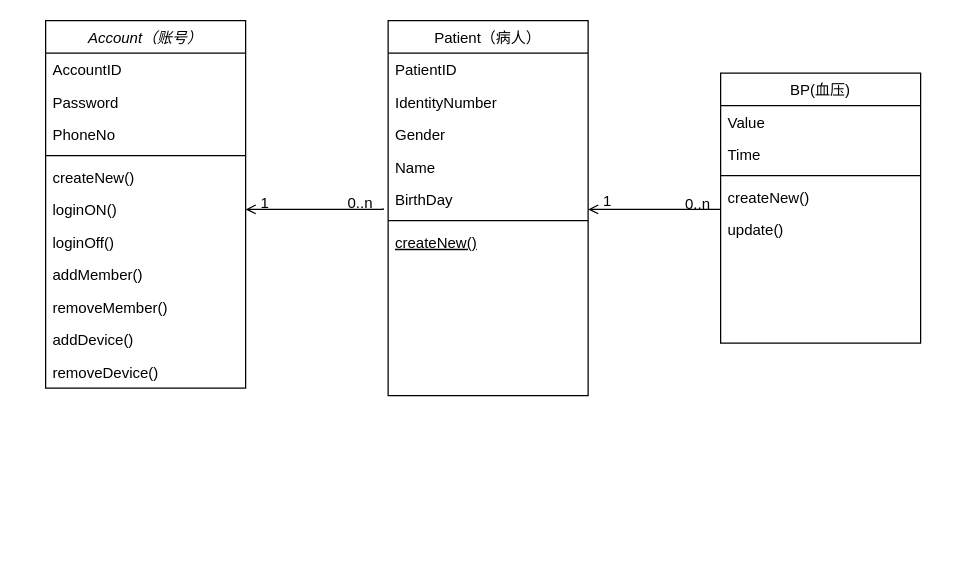
Earlier version of the draw.io diagram Untitled Diagram.drawio (aaronfeng80/basepoint). Source tidied: cells renumbered, new cells numbered last; positions are measured from the earlier drawing's top-left corner, leaving out a move shared by most shapes. Both pictures are drawn from the tidied source at 125%, with x=0, y=0 at pixel (45, 20).
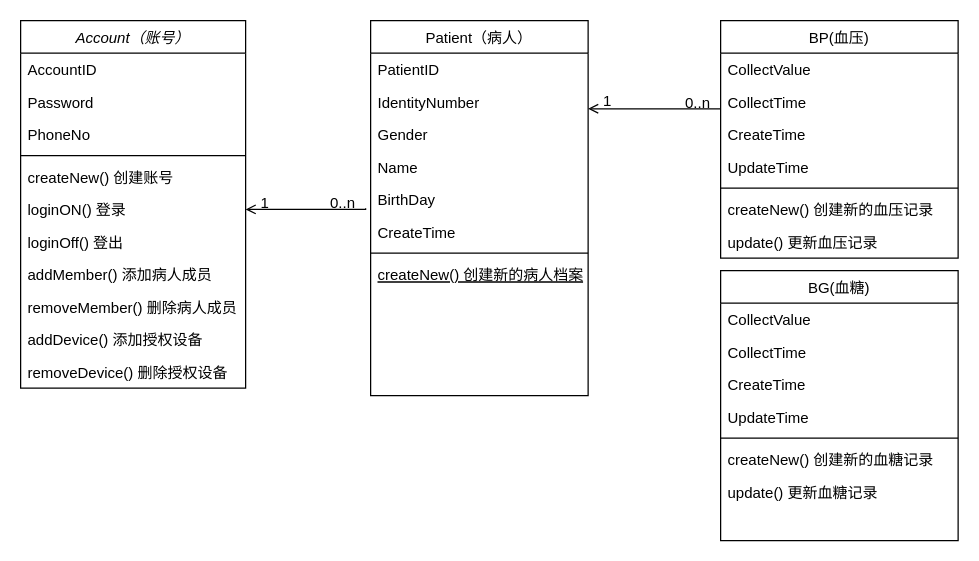
Above is the later version.

What changed in the source:
```diff
@@
     <mxCell id="2" value="Account（账号）" style="swimlane;fontStyle=2;align=center;verticalAlign=top;horizontal=1;startSize=26;rounded=0;shadow=0;strokeWidth=1;" parent="1" vertex="1">
-      <mxGeometry width="160" height="294" as="geometry" />
+      <mxGeometry x="-20" width="180" height="294" as="geometry" />
     </mxCell>
     <mxCell id="3" value="AccountID" style="text;align=left;verticalAlign=top;spacingLeft=4;spacingRight=4;overflow=hidden;" parent="2" vertex="1">
-      <mxGeometry y="26" width="160" height="26" as="geometry" />
+      <mxGeometry y="26" width="180" height="26" as="geometry" />
     </mxCell>
     <mxCell id="4" value="Password" style="text;align=left;verticalAlign=top;spacingLeft=4;spacingRight=4;overflow=hidden;rounded=0;shadow=0;html=0;" parent="2" vertex="1">
-      <mxGeometry y="52" width="160" height="26" as="geometry" />
+      <mxGeometry y="52" width="180" height="26" as="geometry" />
     </mxCell>
     <mxCell id="5" value="PhoneNo" style="text;align=left;verticalAlign=top;spacingLeft=4;spacingRight=4;overflow=hidden;rounded=0;shadow=0;html=0;" parent="2" vertex="1">
-      <mxGeometry y="78" width="160" height="26" as="geometry" />
+      <mxGeometry y="78" width="180" height="26" as="geometry" />
     </mxCell>
     <mxCell id="6" style="line;html=1;strokeWidth=1;align=left;verticalAlign=middle;spacingTop=-1;spacingLeft=3;spacingRight=3;labelPosition=right;" parent="2" vertex="1">
-      <mxGeometry y="104" width="160" height="8" as="geometry" />
+      <mxGeometry y="104" width="180" height="8" as="geometry" />
     </mxCell>
-    <mxCell id="7" value="createNew()" style="text;align=left;verticalAlign=top;spacingLeft=4;spacingRight=4;overflow=hidden;rounded=0;shadow=0;html=0;" parent="2" vertex="1">
-      <mxGeometry y="112" width="160" height="26" as="geometry" />
+    <mxCell id="7" value="createNew() 创建账号" style="text;align=left;verticalAlign=top;spacingLeft=4;spacingRight=4;overflow=hidden;rounded=0;shadow=0;html=0;" parent="2" vertex="1">
+      <mxGeometry y="112" width="180" height="26" as="geometry" />
     </mxCell>
-    <mxCell id="8" value="loginON()" style="text;align=left;verticalAlign=top;spacingLeft=4;spacingRight=4;overflow=hidden;points=[[0,0.5],[1,0.5]];portConstraint=eastwest;rounded=0;shadow=0;html=0;" parent="2" vertex="1">
-      <mxGeometry y="138" width="160" height="26" as="geometry" />
+    <mxCell id="8" value="loginON() 登录" style="text;align=left;verticalAlign=top;spacingLeft=4;spacingRight=4;overflow=hidden;points=[[0,0.5],[1,0.5]];portConstraint=eastwest;rounded=0;shadow=0;html=0;" parent="2" vertex="1">
+      <mxGeometry y="138" width="180" height="26" as="geometry" />
     </mxCell>
-    <mxCell id="9" value="loginOff()" style="text;align=left;verticalAlign=top;spacingLeft=4;spacingRight=4;overflow=hidden;rounded=0;shadow=0;html=0;" parent="2" vertex="1">
-      <mxGeometry y="164" width="160" height="26" as="geometry" />
+    <mxCell id="9" value="loginOff() 登出" style="text;align=left;verticalAlign=top;spacingLeft=4;spacingRight=4;overflow=hidden;rounded=0;shadow=0;html=0;" parent="2" vertex="1">
+      <mxGeometry y="164" width="180" height="26" as="geometry" />
     </mxCell>
-    <mxCell id="10" value="addMember()" style="text;align=left;verticalAlign=top;spacingLeft=4;spacingRight=4;overflow=hidden;" parent="2" vertex="1">
-      <mxGeometry y="190" width="160" height="26" as="geometry" />
+    <mxCell id="10" value="addMember() 添加病人成员" style="text;align=left;verticalAlign=top;spacingLeft=4;spacingRight=4;overflow=hidden;" parent="2" vertex="1">
+      <mxGeometry y="190" width="180" height="26" as="geometry" />
     </mxCell>
-    <mxCell id="11" value="removeMember()" style="text;align=left;verticalAlign=top;spacingLeft=4;spacingRight=4;overflow=hidden;" parent="2" vertex="1">
-      <mxGeometry y="216" width="160" height="26" as="geometry" />
+    <mxCell id="11" value="removeMember() 删除病人成员" style="text;align=left;verticalAlign=top;spacingLeft=4;spacingRight=4;overflow=hidden;" parent="2" vertex="1">
+      <mxGeometry y="216" width="180" height="26" as="geometry" />
     </mxCell>
-    <mxCell id="12" value="addDevice()" style="text;align=left;verticalAlign=top;spacingLeft=4;spacingRight=4;overflow=hidden;" parent="2" vertex="1">
-      <mxGeometry y="242" width="160" height="26" as="geometry" />
+    <mxCell id="12" value="addDevice() 添加授权设备" style="text;align=left;verticalAlign=top;spacingLeft=4;spacingRight=4;overflow=hidden;" parent="2" vertex="1">
+      <mxGeometry y="242" width="180" height="26" as="geometry" />
     </mxCell>
-    <mxCell id="13" value="removeDevice()" style="text;align=left;verticalAlign=top;spacingLeft=4;spacingRight=4;overflow=hidden;" parent="2" vertex="1">
-      <mxGeometry y="268" width="160" height="26" as="geometry" />
+    <mxCell id="13" value="removeDevice() 删除授权设备" style="text;align=left;verticalAlign=top;spacingLeft=4;spacingRight=4;overflow=hidden;" parent="2" vertex="1">
+      <mxGeometry y="268" width="180" height="26" as="geometry" />
     </mxCell>
     <mxCell id="14" value="Patient（病人）" style="swimlane;fontStyle=0;align=center;verticalAlign=top;horizontal=1;startSize=26;rounded=0;shadow=0;strokeWidth=1;" parent="1" vertex="1">
-      <mxGeometry x="274" width="160" height="300" as="geometry" />
+      <mxGeometry x="260" width="174" height="300" as="geometry" />
     </mxCell>
     <mxCell id="15" value="PatientID" style="text;align=left;verticalAlign=top;spacingLeft=4;spacingRight=4;overflow=hidden;" parent="14" vertex="1">
-      <mxGeometry y="26" width="160" height="26" as="geometry" />
+      <mxGeometry y="26" width="174" height="26" as="geometry" />
     </mxCell>
     <mxCell id="16" value="IdentityNumber" style="text;align=left;verticalAlign=top;spacingLeft=4;spacingRight=4;overflow=hidden;" parent="14" vertex="1">
-      <mxGeometry y="52" width="160" height="26" as="geometry" />
+      <mxGeometry y="52" width="174" height="26" as="geometry" />
     </mxCell>
     <mxCell id="17" value="Gender" style="text;align=left;verticalAlign=top;spacingLeft=4;spacingRight=4;overflow=hidden;rounded=0;shadow=0;html=0;" parent="14" vertex="1">
-      <mxGeometry y="78" width="160" height="26" as="geometry" />
+      <mxGeometry y="78" width="174" height="26" as="geometry" />
     </mxCell>
     <mxCell id="18" value="Name" style="text;align=left;verticalAlign=top;spacingLeft=4;spacingRight=4;overflow=hidden;rounded=0;shadow=0;html=0;" parent="14" vertex="1">
-      <mxGeometry y="104" width="160" height="26" as="geometry" />
+      <mxGeometry y="104" width="174" height="26" as="geometry" />
     </mxCell>
@@
     <mxCell id="22" value="BirthDay" style="text;align=left;verticalAlign=top;spacingLeft=4;spacingRight=4;overflow=hidden;rounded=0;shadow=0;html=0;" parent="14" vertex="1">
-      <mxGeometry y="130" width="160" height="26" as="geometry" />
+      <mxGeometry y="130" width="174" height="26" as="geometry" />
     </mxCell>
+    <mxCell id="34" value="CreateTime" style="text;align=left;verticalAlign=top;spacingLeft=4;spacingRight=4;overflow=hidden;rounded=0;shadow=0;html=0;" parent="14" vertex="1">
+      <mxGeometry y="156" width="174" height="26" as="geometry" />
+    </mxCell>
     <mxCell id="23" style="line;html=1;strokeWidth=1;align=left;verticalAlign=middle;spacingTop=-1;spacingLeft=3;spacingRight=3;labelPosition=right;" parent="14" vertex="1">
-      <mxGeometry y="156" width="160" height="8" as="geometry" />
+      <mxGeometry y="182" width="174" height="8" as="geometry" />
     </mxCell>
-    <mxCell id="24" value="createNew()" style="text;align=left;verticalAlign=top;spacingLeft=4;spacingRight=4;overflow=hidden;fontStyle=4;" parent="14" vertex="1">
-      <mxGeometry y="164" width="160" height="26" as="geometry" />
+    <mxCell id="24" value="createNew() 创建新的病人档案" style="text;align=left;verticalAlign=top;spacingLeft=4;spacingRight=4;overflow=hidden;fontStyle=4;" parent="14" vertex="1">
+      <mxGeometry y="190" width="174" height="26" as="geometry" />
     </mxCell>
     <mxCell id="25" value="BP(血压)" style="swimlane;fontStyle=0;align=center;verticalAlign=top;horizontal=1;startSize=26;rounded=0;shadow=0;strokeWidth=1;" parent="1" vertex="1">
-      <mxGeometry x="540" y="42" width="160" height="216" as="geometry" />
+      <mxGeometry x="540" width="190" height="190" as="geometry" />
     </mxCell>
-    <mxCell id="26" value="Value" style="text;align=left;verticalAlign=top;spacingLeft=4;spacingRight=4;overflow=hidden;" parent="25" vertex="1">
-      <mxGeometry y="26" width="160" height="26" as="geometry" />
+    <mxCell id="26" value="CollectValue" style="text;align=left;verticalAlign=top;spacingLeft=4;spacingRight=4;overflow=hidden;" parent="25" vertex="1">
+      <mxGeometry y="26" width="190" height="26" as="geometry" />
     </mxCell>
-    <mxCell id="27" value="Time" style="text;align=left;verticalAlign=top;spacingLeft=4;spacingRight=4;overflow=hidden;rounded=0;shadow=0;html=0;" parent="25" vertex="1">
-      <mxGeometry y="52" width="160" height="26" as="geometry" />
+    <mxCell id="27" value="CollectTime" style="text;align=left;verticalAlign=top;spacingLeft=4;spacingRight=4;overflow=hidden;rounded=0;shadow=0;html=0;" parent="25" vertex="1">
+      <mxGeometry y="52" width="190" height="26" as="geometry" />
     </mxCell>
+    <mxCell id="35" value="CreateTime" style="text;align=left;verticalAlign=top;spacingLeft=4;spacingRight=4;overflow=hidden;rounded=0;shadow=0;html=0;" parent="25" vertex="1">
+      <mxGeometry y="78" width="190" height="26" as="geometry" />
+    </mxCell>
+    <mxCell id="36" value="UpdateTime" style="text;align=left;verticalAlign=top;spacingLeft=4;spacingRight=4;overflow=hidden;rounded=0;shadow=0;html=0;" parent="25" vertex="1">
+      <mxGeometry y="104" width="190" height="26" as="geometry" />
+    </mxCell>
     <mxCell id="28" style="line;html=1;strokeWidth=1;align=left;verticalAlign=middle;spacingTop=-1;spacingLeft=3;spacingRight=3;labelPosition=right;" parent="25" vertex="1">
-      <mxGeometry y="78" width="160" height="8" as="geometry" />
+      <mxGeometry y="130" width="190" height="8" as="geometry" />
     </mxCell>
-    <mxCell id="29" value="createNew()" style="text;align=left;verticalAlign=top;spacingLeft=4;spacingRight=4;overflow=hidden;" parent="25" vertex="1">
-      <mxGeometry y="86" width="160" height="26" as="geometry" />
+    <mxCell id="29" value="createNew() 创建新的血压记录" style="text;align=left;verticalAlign=top;spacingLeft=4;spacingRight=4;overflow=hidden;" parent="25" vertex="1">
+      <mxGeometry y="138" width="190" height="26" as="geometry" />
     </mxCell>
-    <mxCell id="30" value="update()" style="text;align=left;verticalAlign=top;spacingLeft=4;spacingRight=4;overflow=hidden;" parent="25" vertex="1">
-      <mxGeometry y="112" width="160" height="26" as="geometry" />
+    <mxCell id="30" value="update() 更新血压记录" style="text;align=left;verticalAlign=top;spacingLeft=4;spacingRight=4;overflow=hidden;" parent="25" vertex="1">
+      <mxGeometry y="164" width="190" height="26" as="geometry" />
     </mxCell>
     <mxCell id="31" style="endArrow=open;shadow=0;strokeWidth=1;rounded=0;endFill=1;edgeStyle=elbowEdgeStyle;elbow=vertical;entryX=1;entryY=0.5;entryDx=0;entryDy=0;" parent="1" edge="1">
       <mxGeometry x="0.5" y="41" relative="1" as="geometry">
-        <mxPoint x="540" y="151" as="sourcePoint" />
-        <mxPoint x="434" y="150.5" as="targetPoint" />
+        <mxPoint x="540" y="70.5" as="sourcePoint" />
+        <mxPoint x="434" y="70" as="targetPoint" />
         <Array as="points">
-          <mxPoint x="560" y="151" />
+          <mxPoint x="560" y="70.5" />
         </Array>
         <mxPoint x="-40" y="32" as="offset" />
       </mxGeometry>
     </mxCell>
@@
+    <mxCell id="37" value="BG(血糖)" style="swimlane;fontStyle=0;align=center;verticalAlign=top;horizontal=1;startSize=26;rounded=0;shadow=0;strokeWidth=1;" parent="1" vertex="1">
+      <mxGeometry x="540" y="200" width="190" height="216" as="geometry" />
+    </mxCell>
+    <mxCell id="38" value="CollectValue" style="text;align=left;verticalAlign=top;spacingLeft=4;spacingRight=4;overflow=hidden;" parent="37" vertex="1">
+      <mxGeometry y="26" width="190" height="26" as="geometry" />
+    </mxCell>
+    <mxCell id="39" value="CollectTime" style="text;align=left;verticalAlign=top;spacingLeft=4;spacingRight=4;overflow=hidden;rounded=0;shadow=0;html=0;" parent="37" vertex="1">
+      <mxGeometry y="52" width="190" height="26" as="geometry" />
+    </mxCell>
+    <mxCell id="40" value="CreateTime" style="text;align=left;verticalAlign=top;spacingLeft=4;spacingRight=4;overflow=hidden;rounded=0;shadow=0;html=0;" parent="37" vertex="1">
+      <mxGeometry y="78" width="190" height="26" as="geometry" />
+    </mxCell>
+    <mxCell id="41" value="UpdateTime" style="text;align=left;verticalAlign=top;spacingLeft=4;spacingRight=4;overflow=hidden;rounded=0;shadow=0;html=0;" parent="37" vertex="1">
+      <mxGeometry y="104" width="190" height="26" as="geometry" />
+    </mxCell>
+    <mxCell id="42" style="line;html=1;strokeWidth=1;align=left;verticalAlign=middle;spacingTop=-1;spacingLeft=3;spacingRight=3;labelPosition=right;" parent="37" vertex="1">
+      <mxGeometry y="130" width="190" height="8" as="geometry" />
+    </mxCell>
+    <mxCell id="43" value="createNew() 创建新的血糖记录" style="text;align=left;verticalAlign=top;spacingLeft=4;spacingRight=4;overflow=hidden;" parent="37" vertex="1">
+      <mxGeometry y="138" width="190" height="26" as="geometry" />
+    </mxCell>
+    <mxCell id="44" value="update() 更新血糖记录" style="text;align=left;verticalAlign=top;spacingLeft=4;spacingRight=4;overflow=hidden;" parent="37" vertex="1">
+      <mxGeometry y="164" width="190" height="26" as="geometry" />
+    </mxCell>
```
